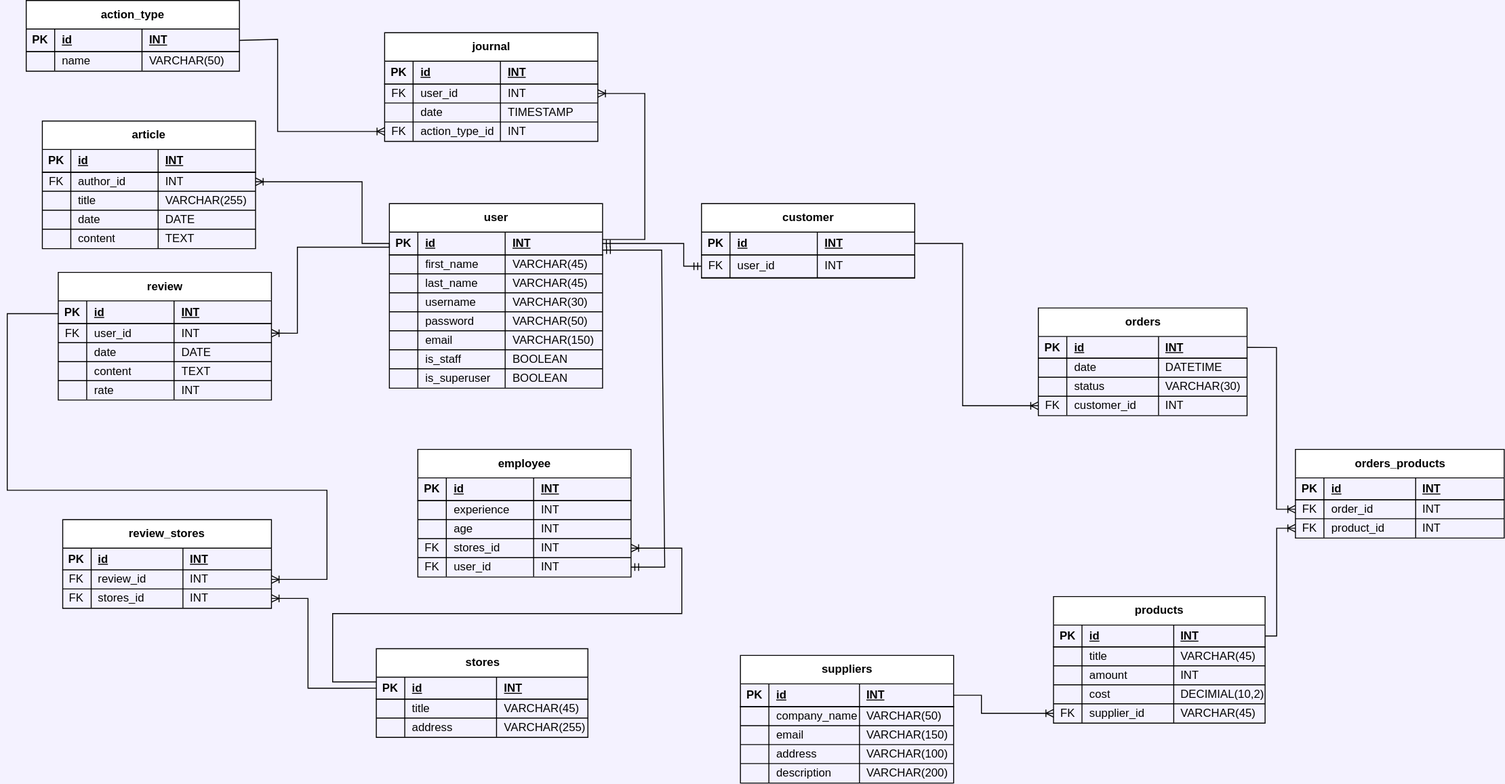
Above: DBDiagram.svg in PoltosSVA/BD (draw.io), before the change. Source tidied: cells renumbered, new cells last; positions are measured from the earlier drawing's top-left corner, leaving out a move shared by most shapes.
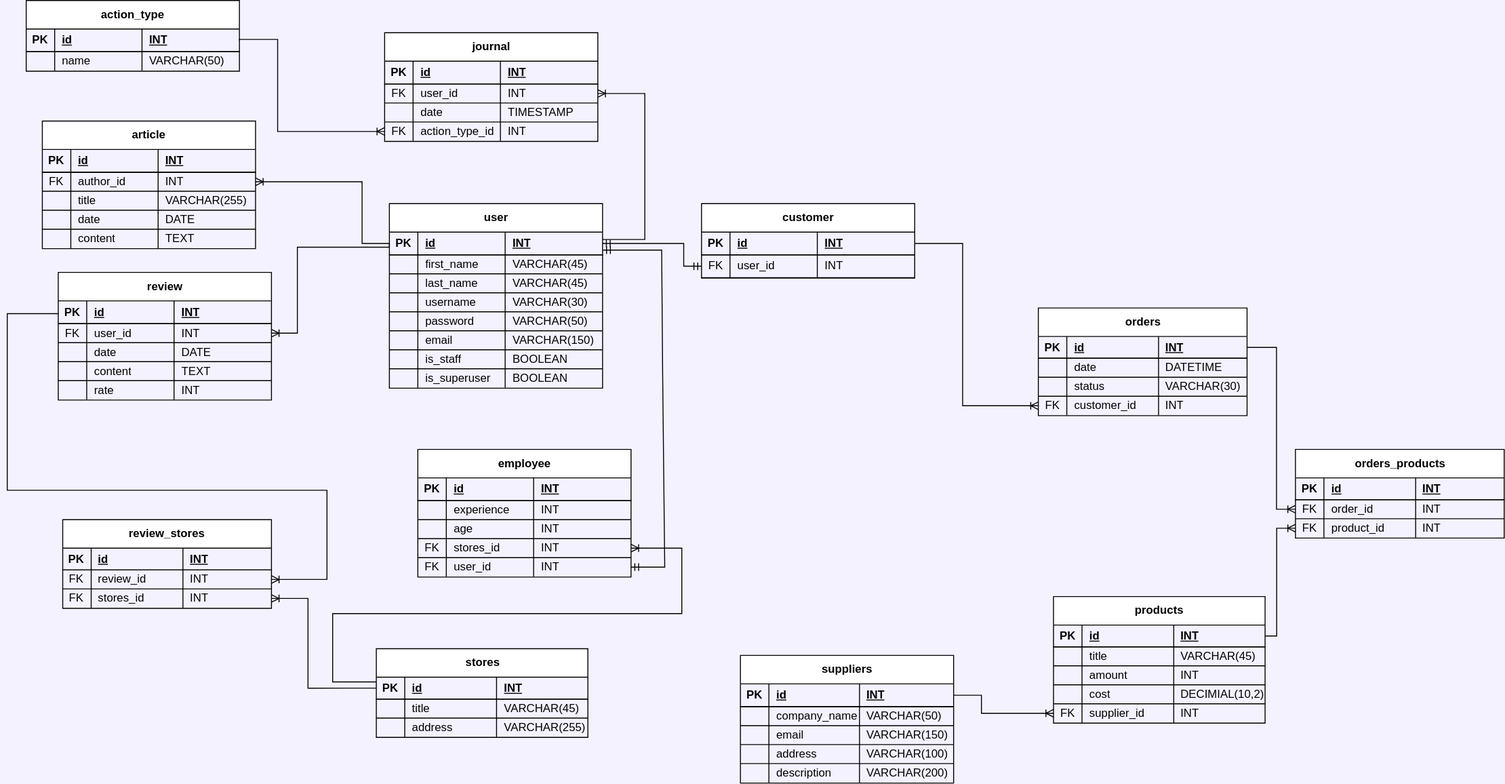
Later version of the same file.

Diff of the diagram source:
```diff
@@ -301,7 +301,7 @@
     <mxCell id="95" value="supplier_id" style="shape=partialRectangle;fillColor=none;top=0;left=0;bottom=0;right=0;align=left;spacingLeft=6;overflow=hidden;whiteSpace=wrap;html=1;" parent="93" vertex="1">
       <mxGeometry x="30" width="96.7" height="20" as="geometry" />
     </mxCell>
-    <mxCell id="96" value="VARCHAR(45)" style="shape=partialRectangle;fillColor=none;top=0;left=0;bottom=0;right=0;align=left;spacingLeft=6;overflow=hidden;whiteSpace=wrap;html=1;" parent="93" vertex="1">
+    <mxCell id="96" value="INT" style="shape=partialRectangle;fillColor=none;top=0;left=0;bottom=0;right=0;align=left;spacingLeft=6;overflow=hidden;whiteSpace=wrap;html=1;" parent="93" vertex="1">
       <mxGeometry x="126.7" width="96.3" height="20" as="geometry" />
     </mxCell>
     <mxCell id="97" value="orders_products" style="shape=table;startSize=30;rowLines=1;fontStyle=1;align=center;html=1;" parent="1" vertex="1">
```
